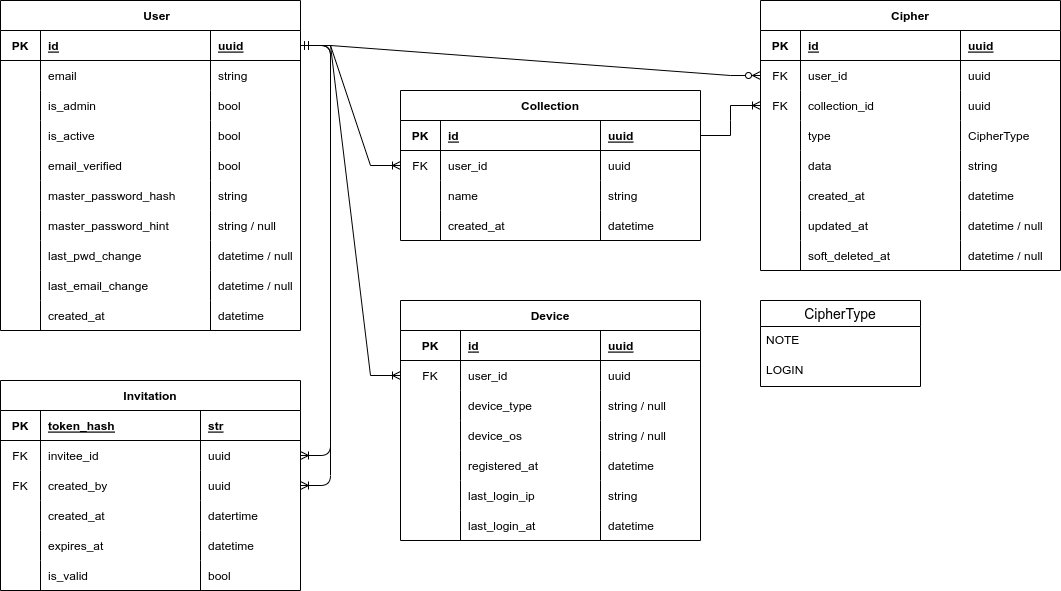
Above: rdm.drawio.png in Vaultexe/diagrams (draw.io), before the change. Source tidied: cells renumbered, new cells last; positions are measured from the earlier drawing's top-left corner, leaving out a move shared by most shapes.
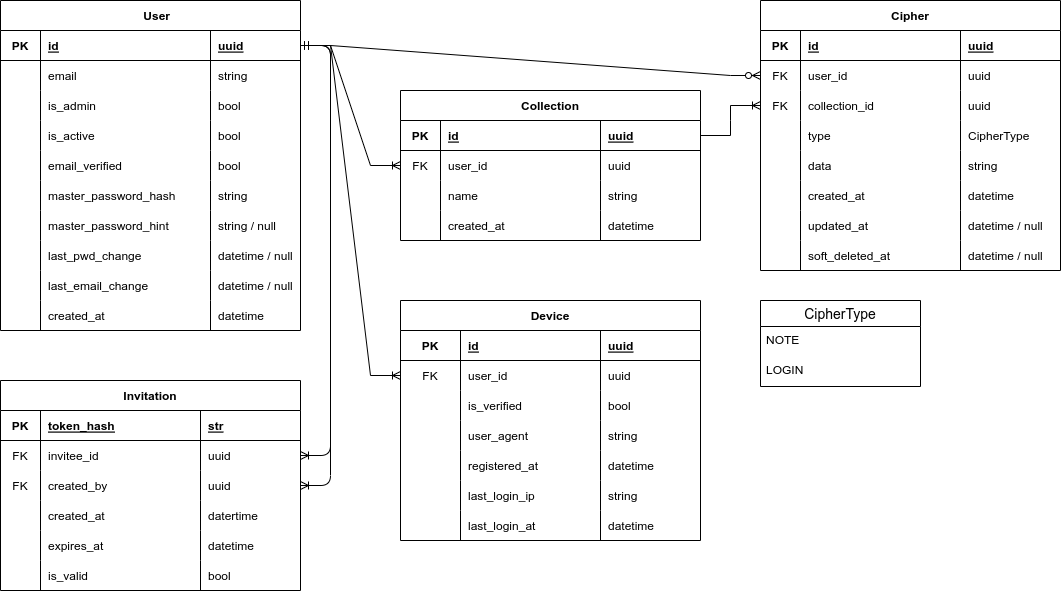
After the change.

Change to the diagram source:
```diff
@@ -311,10 +311,10 @@
     <mxCell id="104" style="shape=partialRectangle;fillColor=none;top=0;left=0;bottom=0;right=0;overflow=hidden;rounded=0;" parent="103" vertex="1">
       <mxGeometry width="60" height="30" as="geometry" />
     </mxCell>
-    <mxCell id="105" value="device_type" style="shape=partialRectangle;fillColor=none;top=0;left=0;bottom=0;right=0;align=left;spacingLeft=6;overflow=hidden;rounded=0;" parent="103" vertex="1">
+    <mxCell id="105" value="is_verified" style="shape=partialRectangle;fillColor=none;top=0;left=0;bottom=0;right=0;align=left;spacingLeft=6;overflow=hidden;rounded=0;" parent="103" vertex="1">
       <mxGeometry x="60" width="140" height="30" as="geometry" />
     </mxCell>
-    <mxCell id="106" value="string / null" style="shape=partialRectangle;fillColor=none;top=0;left=0;bottom=0;right=0;align=left;spacingLeft=6;overflow=hidden;rounded=0;" parent="103" vertex="1">
+    <mxCell id="106" value="bool" style="shape=partialRectangle;fillColor=none;top=0;left=0;bottom=0;right=0;align=left;spacingLeft=6;overflow=hidden;rounded=0;" parent="103" vertex="1">
       <mxGeometry x="200" width="100" height="30" as="geometry" />
     </mxCell>
     <mxCell id="107" style="shape=tableRow;horizontal=0;startSize=0;swimlaneHead=0;swimlaneBody=0;fillColor=none;top=0;left=0;right=0;bottom=0;rounded=0;" parent="94" vertex="1">
@@ -323,10 +323,10 @@
     <mxCell id="108" style="shape=partialRectangle;fillColor=none;top=0;left=0;bottom=0;right=0;overflow=hidden;rounded=0;" parent="107" vertex="1">
       <mxGeometry width="60" height="30" as="geometry" />
     </mxCell>
-    <mxCell id="109" value="device_os" style="shape=partialRectangle;fillColor=none;top=0;left=0;bottom=0;right=0;align=left;spacingLeft=6;overflow=hidden;rounded=0;" parent="107" vertex="1">
+    <mxCell id="109" value="user_agent" style="shape=partialRectangle;fillColor=none;top=0;left=0;bottom=0;right=0;align=left;spacingLeft=6;overflow=hidden;rounded=0;" parent="107" vertex="1">
       <mxGeometry x="60" width="140" height="30" as="geometry" />
     </mxCell>
-    <mxCell id="110" value="string / null" style="shape=partialRectangle;fillColor=none;top=0;left=0;bottom=0;right=0;align=left;spacingLeft=6;overflow=hidden;rounded=0;" parent="107" vertex="1">
+    <mxCell id="110" value="string" style="shape=partialRectangle;fillColor=none;top=0;left=0;bottom=0;right=0;align=left;spacingLeft=6;overflow=hidden;rounded=0;" parent="107" vertex="1">
       <mxGeometry x="200" width="100" height="30" as="geometry" />
     </mxCell>
     <mxCell id="111" style="shape=tableRow;horizontal=0;startSize=0;swimlaneHead=0;swimlaneBody=0;fillColor=none;top=0;left=0;right=0;bottom=0;rounded=0;" parent="94" vertex="1">
```
